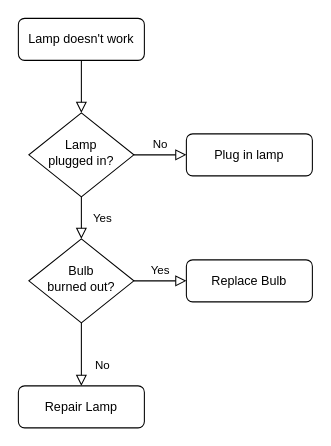
The draw.io diagram Untitled Diagram.drawio in btoews12/TheDeathStar, before the edit. Source tidied: cells renumbered, new cells numbered last; positions are measured from the earlier drawing's top-left corner, leaving out a move shared by most shapes. Both pictures are drawn from the tidied source at 105%, with x=0, y=0 at pixel (18, 18).
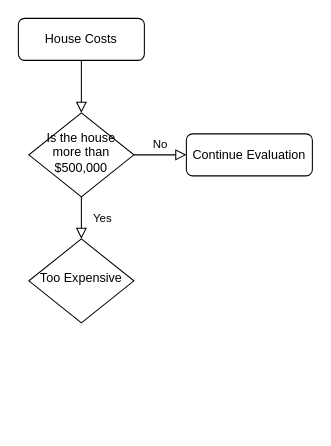
The same diagram, later.

Diff of the diagram source:
```diff
@@
 <mxGraphModel>
   <root>
     <mxCell id="0" />
     <mxCell id="1" parent="0" />
     <mxCell id="2" style="rounded=0;html=1;jettySize=auto;fontSize=11;endArrow=block;endFill=0;endSize=8;strokeWidth=1;shadow=0;labelBackgroundColor=none;edgeStyle=orthogonalEdgeStyle;" parent="1" edge="1" source="3" target="6">
       <mxGeometry relative="1" as="geometry" />
     </mxCell>
-    <mxCell id="3" value="Lamp doesn't work" style="rounded=1;whiteSpace=wrap;html=1;fontSize=12;glass=0;strokeWidth=1;shadow=0;" parent="1" vertex="1">
+    <mxCell id="3" value="House Costs" style="rounded=1;whiteSpace=wrap;html=1;fontSize=12;glass=0;strokeWidth=1;shadow=0;" parent="1" vertex="1">
       <mxGeometry width="120" height="40" as="geometry" />
     </mxCell>
     <mxCell id="4" value="Yes" style="rounded=0;html=1;jettySize=auto;fontSize=11;endArrow=block;endFill=0;endSize=8;strokeWidth=1;shadow=0;labelBackgroundColor=none;edgeStyle=orthogonalEdgeStyle;" parent="1" edge="1" source="6" target="10">
       <mxGeometry y="20" relative="1" as="geometry" />
     </mxCell>
     <mxCell id="5" value="No" style="edgeStyle=orthogonalEdgeStyle;rounded=0;html=1;jettySize=auto;fontSize=11;endArrow=block;endFill=0;endSize=8;strokeWidth=1;shadow=0;labelBackgroundColor=none;" parent="1" edge="1" source="6" target="7">
       <mxGeometry y="10" relative="1" as="geometry" />
     </mxCell>
-    <mxCell id="6" value="Lamp&lt;br&gt;plugged in?" style="rhombus;whiteSpace=wrap;html=1;shadow=0;fontFamily=Helvetica;fontSize=12;align=center;strokeWidth=1;spacing=6;spacingTop=-4;" parent="1" vertex="1">
+    <mxCell id="6" value="Is the house more than $500,000" style="rhombus;whiteSpace=wrap;html=1;shadow=0;fontFamily=Helvetica;fontSize=12;align=center;strokeWidth=1;spacing=6;spacingTop=-4;" parent="1" vertex="1">
       <mxGeometry x="10" y="90" width="100" height="80" as="geometry" />
     </mxCell>
-    <mxCell id="7" value="Plug in lamp" style="rounded=1;whiteSpace=wrap;html=1;fontSize=12;glass=0;strokeWidth=1;shadow=0;" parent="1" vertex="1">
+    <mxCell id="7" value="Continue Evaluation" style="rounded=1;whiteSpace=wrap;html=1;fontSize=12;glass=0;strokeWidth=1;shadow=0;" parent="1" vertex="1">
       <mxGeometry x="160" y="110" width="120" height="40" as="geometry" />
     </mxCell>
-    <mxCell id="8" value="No" style="rounded=0;html=1;jettySize=auto;fontSize=11;endArrow=block;endFill=0;endSize=8;strokeWidth=1;shadow=0;labelBackgroundColor=none;edgeStyle=orthogonalEdgeStyle;" parent="1" edge="1" source="10" target="11">
-      <mxGeometry x="0.33" y="20" relative="1" as="geometry" />
-    </mxCell>
-    <mxCell id="9" value="Yes" style="edgeStyle=orthogonalEdgeStyle;rounded=0;html=1;jettySize=auto;fontSize=11;endArrow=block;endFill=0;endSize=8;strokeWidth=1;shadow=0;labelBackgroundColor=none;" parent="1" edge="1" source="10" target="12">
-      <mxGeometry y="10" relative="1" as="geometry" />
-    </mxCell>
-    <mxCell id="10" value="Bulb&lt;br&gt;burned out?" style="rhombus;whiteSpace=wrap;html=1;shadow=0;fontFamily=Helvetica;fontSize=12;align=center;strokeWidth=1;spacing=6;spacingTop=-4;" parent="1" vertex="1">
+    <mxCell id="10" value="Too Expensive" style="rhombus;whiteSpace=wrap;html=1;shadow=0;fontFamily=Helvetica;fontSize=12;align=center;strokeWidth=1;spacing=6;spacingTop=-4;" parent="1" vertex="1">
       <mxGeometry x="10" y="210" width="100" height="80" as="geometry" />
     </mxCell>
-    <mxCell id="11" value="Repair Lamp" style="rounded=1;whiteSpace=wrap;html=1;fontSize=12;glass=0;strokeWidth=1;shadow=0;" parent="1" vertex="1">
-      <mxGeometry y="350" width="120" height="40" as="geometry" />
-    </mxCell>
-    <mxCell id="12" value="Replace Bulb" style="rounded=1;whiteSpace=wrap;html=1;fontSize=12;glass=0;strokeWidth=1;shadow=0;" parent="1" vertex="1">
-      <mxGeometry x="160" y="230" width="120" height="40" as="geometry" />
-    </mxCell>
   </root>
 </mxGraphModel>
```
